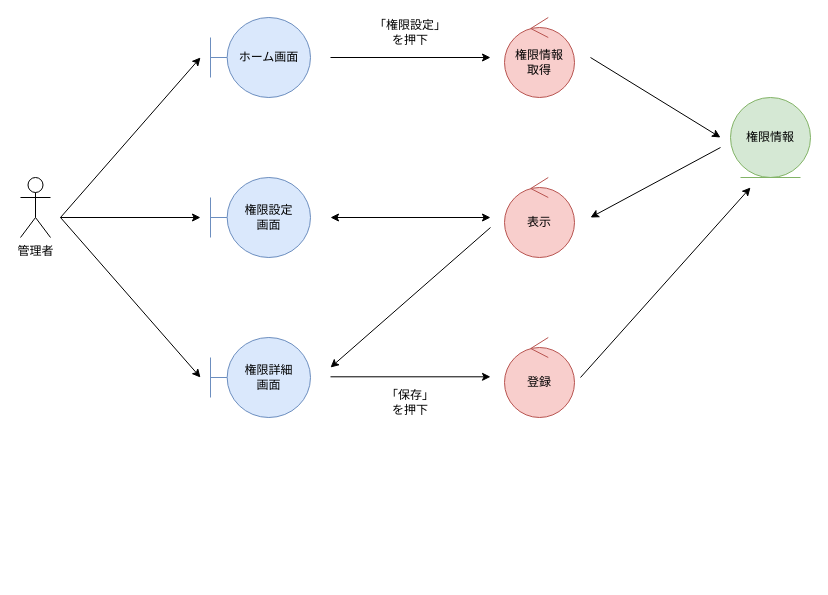
Before: page "正規非正規ユーザの権限編集" (3 of 6) of 各種設計書/3ロバストネス図/人事管理/従業員情報管理.drawio in HaruShim/Sotuken, a draw.io diagram. Source tidied: cells renumbered, new cells numbered last; positions are measured from the earlier drawing's top-left corner, leaving out a move shared by most shapes. Both pictures are drawn from the tidied source at 100%, with x=0, y=0 at pixel (20, 17).
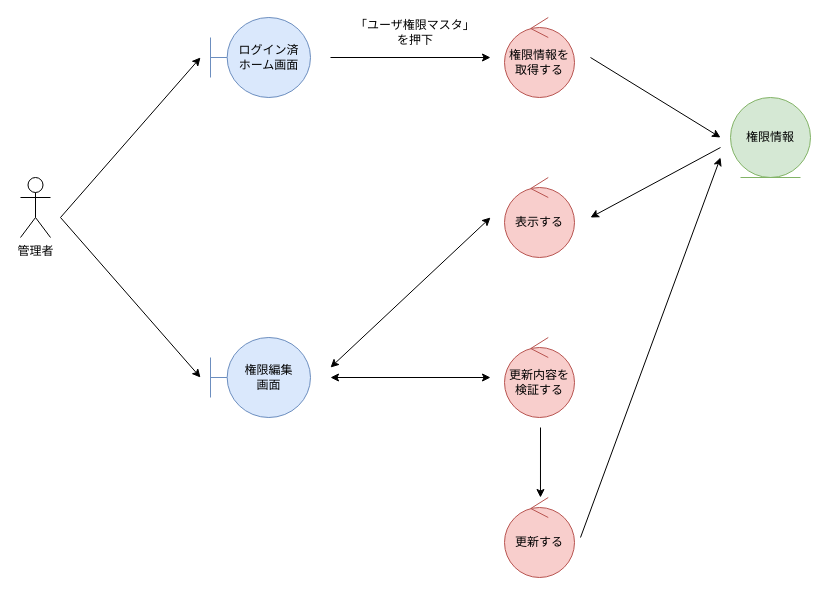
After the change.

Diff of the diagram source:
```diff
@@
-    <mxCell id="3" value="ホーム画面" style="shape=umlBoundary;whiteSpace=wrap;html=1;fillColor=#dae8fc;strokeColor=#6c8ebf;" parent="1" vertex="1">
+    <mxCell id="3" value="ログイン済&lt;br&gt;ホーム画面" style="shape=umlBoundary;whiteSpace=wrap;html=1;fillColor=#dae8fc;strokeColor=#6c8ebf;" parent="1" vertex="1">
       <mxGeometry x="190" width="100" height="80" as="geometry" />
     </mxCell>
-    <mxCell id="4" value="権限設定&lt;br&gt;画面" style="shape=umlBoundary;whiteSpace=wrap;html=1;fillColor=#dae8fc;strokeColor=#6c8ebf;" parent="1" vertex="1">
-      <mxGeometry x="190" y="160" width="100" height="80" as="geometry" />
+    <mxCell id="4" value="権限編集&lt;br&gt;画面" style="shape=umlBoundary;whiteSpace=wrap;html=1;fillColor=#dae8fc;strokeColor=#6c8ebf;" parent="1" vertex="1">
+      <mxGeometry x="190" y="320" width="100" height="80" as="geometry" />
     </mxCell>
-    <mxCell id="5" value="権限詳細&lt;br&gt;画面" style="shape=umlBoundary;whiteSpace=wrap;html=1;fillColor=#dae8fc;strokeColor=#6c8ebf;" parent="1" vertex="1">
-      <mxGeometry x="190" y="320" width="100" height="80" as="geometry" />
-    </mxCell>
@@
-    <mxCell id="7" style="endArrow=classic;html=1;rounded=0;" parent="1" edge="1">
-      <mxGeometry relative="1" as="geometry">
-        <mxPoint x="40" y="200" as="sourcePoint" />
-        <mxPoint x="180" y="360" as="targetPoint" />
-      </mxGeometry>
-    </mxCell>
-    <mxCell id="8" value="「権限設定」を押下" style="text;html=1;strokeColor=none;fillColor=none;align=center;verticalAlign=middle;whiteSpace=wrap;rounded=0;" parent="1" vertex="1">
-      <mxGeometry x="350" width="80" height="30" as="geometry" />
+    <mxCell id="8" value="「ユーザ権限マスタ」を押下" style="text;html=1;strokeColor=none;fillColor=none;align=center;verticalAlign=middle;whiteSpace=wrap;rounded=0;" parent="1" vertex="1">
+      <mxGeometry x="330" width="130" height="30" as="geometry" />
     </mxCell>
-    <mxCell id="9" value="権限情報&lt;br&gt;取得" style="ellipse;shape=umlControl;whiteSpace=wrap;html=1;fillColor=#f8cecc;strokeColor=#b85450;" parent="1" vertex="1">
+    <mxCell id="9" value="権限情報を取得する" style="ellipse;shape=umlControl;whiteSpace=wrap;html=1;fillColor=#f8cecc;strokeColor=#b85450;" parent="1" vertex="1">
       <mxGeometry x="484" width="70" height="80" as="geometry" />
     </mxCell>
-    <mxCell id="10" value="表示" style="ellipse;shape=umlControl;whiteSpace=wrap;html=1;fillColor=#f8cecc;strokeColor=#b85450;" parent="1" vertex="1">
+    <mxCell id="10" value="表示する" style="ellipse;shape=umlControl;whiteSpace=wrap;html=1;fillColor=#f8cecc;strokeColor=#b85450;" parent="1" vertex="1">
       <mxGeometry x="484" y="160" width="70" height="80" as="geometry" />
     </mxCell>
-    <mxCell id="11" value="登録" style="ellipse;shape=umlControl;whiteSpace=wrap;html=1;fillColor=#f8cecc;strokeColor=#b85450;" parent="1" vertex="1">
-      <mxGeometry x="484" y="320" width="70" height="80" as="geometry" />
+    <mxCell id="11" value="更新する" style="ellipse;shape=umlControl;whiteSpace=wrap;html=1;fillColor=#f8cecc;strokeColor=#b85450;" parent="1" vertex="1">
+      <mxGeometry x="484" y="480" width="70" height="80" as="geometry" />
     </mxCell>
@@
-    <mxCell id="16" style="endArrow=classic;html=1;rounded=0;" parent="1" edge="1">
-      <mxGeometry relative="1" as="geometry">
-        <mxPoint x="470" y="210" as="sourcePoint" />
-        <mxPoint x="310" y="350" as="targetPoint" />
-      </mxGeometry>
-    </mxCell>
-    <mxCell id="17" style="endArrow=classic;html=1;rounded=0;" parent="1" edge="1">
-      <mxGeometry relative="1" as="geometry">
-        <mxPoint x="310" y="359.3" as="sourcePoint" />
-        <mxPoint x="470" y="359.3" as="targetPoint" />
-      </mxGeometry>
-    </mxCell>
-    <mxCell id="18" style="endArrow=classic;html=1;rounded=0;" parent="1" edge="1">
-      <mxGeometry relative="1" as="geometry">
-        <mxPoint x="560" y="360" as="sourcePoint" />
-        <mxPoint x="730" y="170" as="targetPoint" />
-      </mxGeometry>
-    </mxCell>
-    <mxCell id="19" value="「保存」&lt;br&gt;を押下" style="text;html=1;strokeColor=none;fillColor=none;align=center;verticalAlign=middle;whiteSpace=wrap;rounded=0;" parent="1" vertex="1">
-      <mxGeometry x="350" y="370" width="80" height="30" as="geometry" />
-    </mxCell>
     <mxCell id="20" style="endArrow=classic;html=1;rounded=0;" parent="1" edge="1">
       <mxGeometry relative="1" as="geometry">
         <mxPoint x="40" y="200" as="sourcePoint" />
-        <mxPoint x="180" y="200" as="targetPoint" />
+        <mxPoint x="180" y="360" as="targetPoint" />
       </mxGeometry>
     </mxCell>
     <mxCell id="21" style="endArrow=classic;startArrow=classic;html=1;rounded=0;" parent="1" edge="1">
       <mxGeometry relative="1" as="geometry">
-        <mxPoint x="310" y="200" as="sourcePoint" />
+        <mxPoint x="310" y="350" as="sourcePoint" />
         <mxPoint x="470" y="200" as="targetPoint" />
       </mxGeometry>
     </mxCell>
+    <mxCell id="22" value="更新内容を検証する" style="ellipse;shape=umlControl;whiteSpace=wrap;html=1;fillColor=#f8cecc;strokeColor=#b85450;" parent="1" vertex="1">
+      <mxGeometry x="484" y="320" width="70" height="80" as="geometry" />
+    </mxCell>
+    <mxCell id="23" style="endArrow=classic;startArrow=classic;html=1;rounded=0;" parent="1" edge="1">
+      <mxGeometry relative="1" as="geometry">
+        <mxPoint x="310" y="360" as="sourcePoint" />
+        <mxPoint x="470" y="360" as="targetPoint" />
+      </mxGeometry>
+    </mxCell>
+    <mxCell id="24" style="endArrow=classic;html=1;rounded=0;entryX=0.514;entryY=0;entryDx=0;entryDy=0;entryPerimeter=0;" parent="1" edge="1" target="11">
+      <mxGeometry relative="1" as="geometry">
+        <mxPoint x="520" y="410" as="sourcePoint" />
+      </mxGeometry>
+    </mxCell>
+    <mxCell id="25" style="endArrow=classic;html=1;rounded=0;" parent="1" edge="1">
+      <mxGeometry relative="1" as="geometry">
+        <mxPoint x="560" y="520" as="sourcePoint" />
+        <mxPoint x="700" y="140" as="targetPoint" />
+      </mxGeometry>
+    </mxCell>
```
